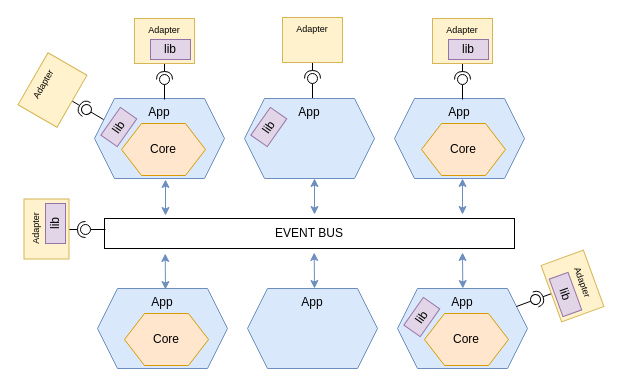
Above: page "Architecture" (14 of 17) of 1.drawio in alicemunsal/dohex (draw.io), before the change. Source tidied: cells renumbered, new cells numbered last; positions are measured from the earlier drawing's top-left corner, leaving out a move shared by most shapes. Both pictures are drawn from the tidied source at 100%, with x=0, y=0 at pixel (16, 17).
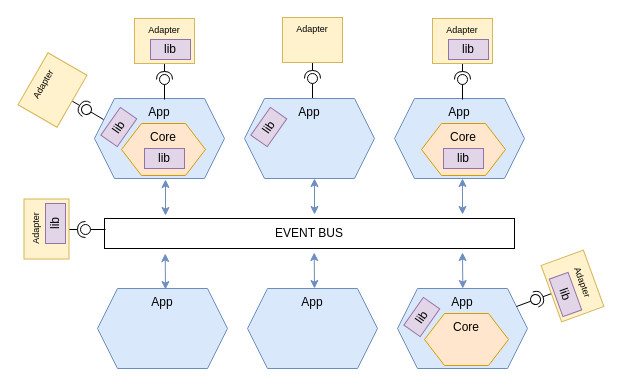
The same diagram, later.

What changed in the source:
```diff
@@
-    <mxCell id="13" value="Core" style="shape=hexagon;perimeter=hexagonPerimeter2;whiteSpace=wrap;html=1;fixedSize=1;rotation=0;fillColor=#ffe6cc;strokeColor=#d79b00;verticalAlign=middle;" parent="1" vertex="1">
+    <mxCell id="13" value="Core" style="shape=hexagon;perimeter=hexagonPerimeter2;whiteSpace=wrap;html=1;fixedSize=1;rotation=0;fillColor=#ffe6cc;strokeColor=#d79b00;verticalAlign=top;" parent="1" vertex="1">
       <mxGeometry x="105" y="106" width="84" height="52" as="geometry" />
     </mxCell>
@@
-    <mxCell id="25" value="Core" style="shape=hexagon;perimeter=hexagonPerimeter2;whiteSpace=wrap;html=1;fixedSize=1;rotation=0;fillColor=#ffe6cc;strokeColor=#d79b00;verticalAlign=middle;" parent="1" vertex="1">
+    <mxCell id="25" value="Core" style="shape=hexagon;perimeter=hexagonPerimeter2;whiteSpace=wrap;html=1;fixedSize=1;rotation=0;fillColor=#ffe6cc;strokeColor=#d79b00;verticalAlign=top;" parent="1" vertex="1">
       <mxGeometry x="405" y="106" width="84" height="52" as="geometry" />
     </mxCell>
@@
-    <mxCell id="27" value="Core" style="shape=hexagon;perimeter=hexagonPerimeter2;whiteSpace=wrap;html=1;fixedSize=1;rotation=0;fillColor=#ffe6cc;strokeColor=#d79b00;verticalAlign=middle;" parent="1" vertex="1">
-      <mxGeometry x="108" y="296" width="84" height="52" as="geometry" />
-    </mxCell>
@@
-    <mxCell id="30" value="Core" style="shape=hexagon;perimeter=hexagonPerimeter2;whiteSpace=wrap;html=1;fixedSize=1;rotation=0;fillColor=#ffe6cc;strokeColor=#d79b00;verticalAlign=middle;" parent="1" vertex="1">
+    <mxCell id="30" value="Core" style="shape=hexagon;perimeter=hexagonPerimeter2;whiteSpace=wrap;html=1;fixedSize=1;rotation=0;fillColor=#ffe6cc;strokeColor=#d79b00;verticalAlign=top;" parent="1" vertex="1">
       <mxGeometry x="408" y="296" width="84" height="52" as="geometry" />
     </mxCell>
@@
+    <mxCell id="57" value="lib" style="rounded=0;whiteSpace=wrap;html=1;fillColor=#e1d5e7;strokeColor=#9673a6;" parent="1" vertex="1">
+      <mxGeometry x="128" y="131" width="40" height="20" as="geometry" />
+    </mxCell>
+    <mxCell id="58" value="lib" style="rounded=0;whiteSpace=wrap;html=1;fillColor=#e1d5e7;strokeColor=#9673a6;" parent="1" vertex="1">
+      <mxGeometry x="427" y="131" width="40" height="20" as="geometry" />
+    </mxCell>
```
